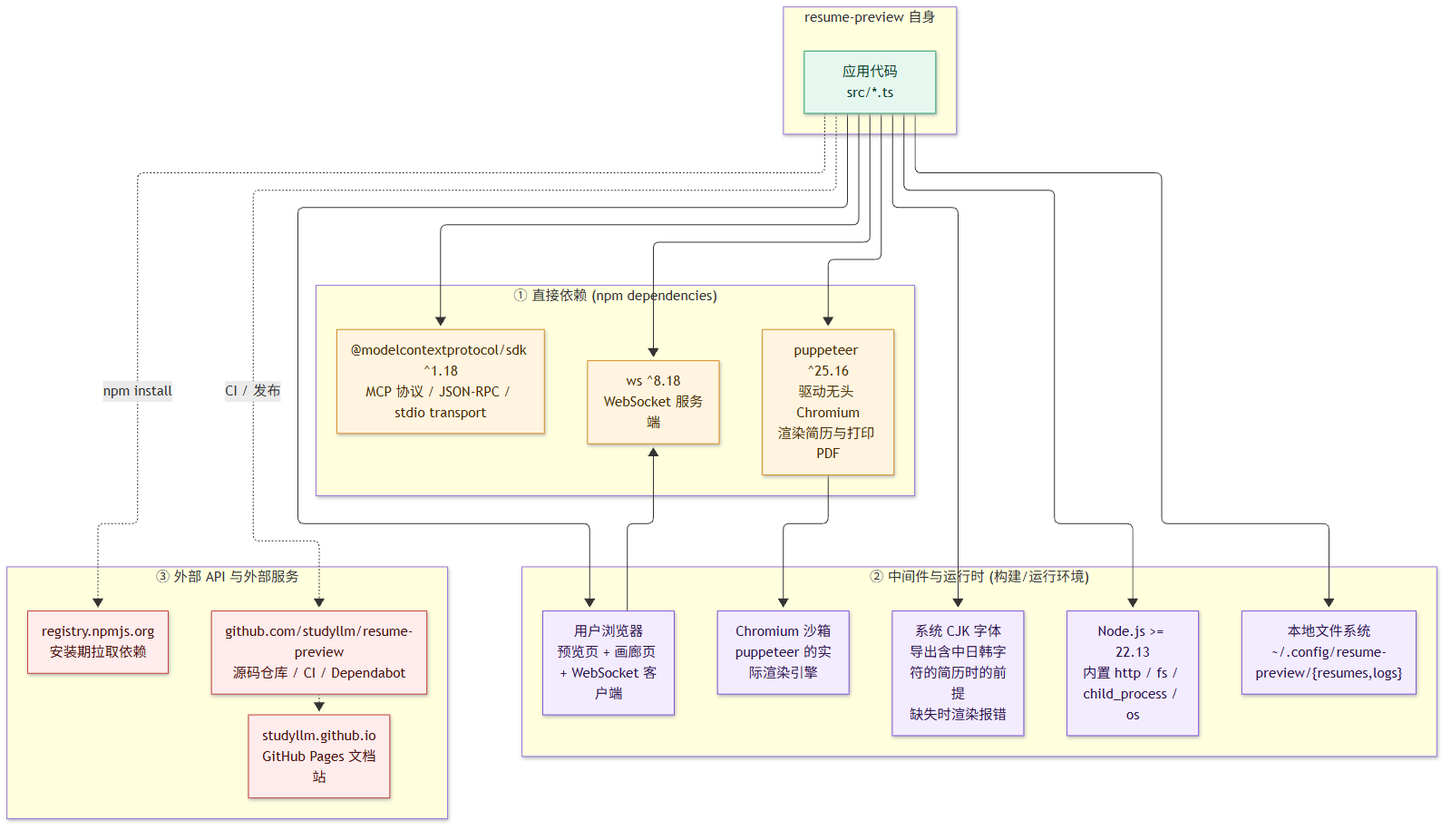
The Mermaid diagram assets/external-deps.png in studyllm/resume-preview, before a commit. Its source is kept beside it as docs/diagrams/external-deps.mmd.
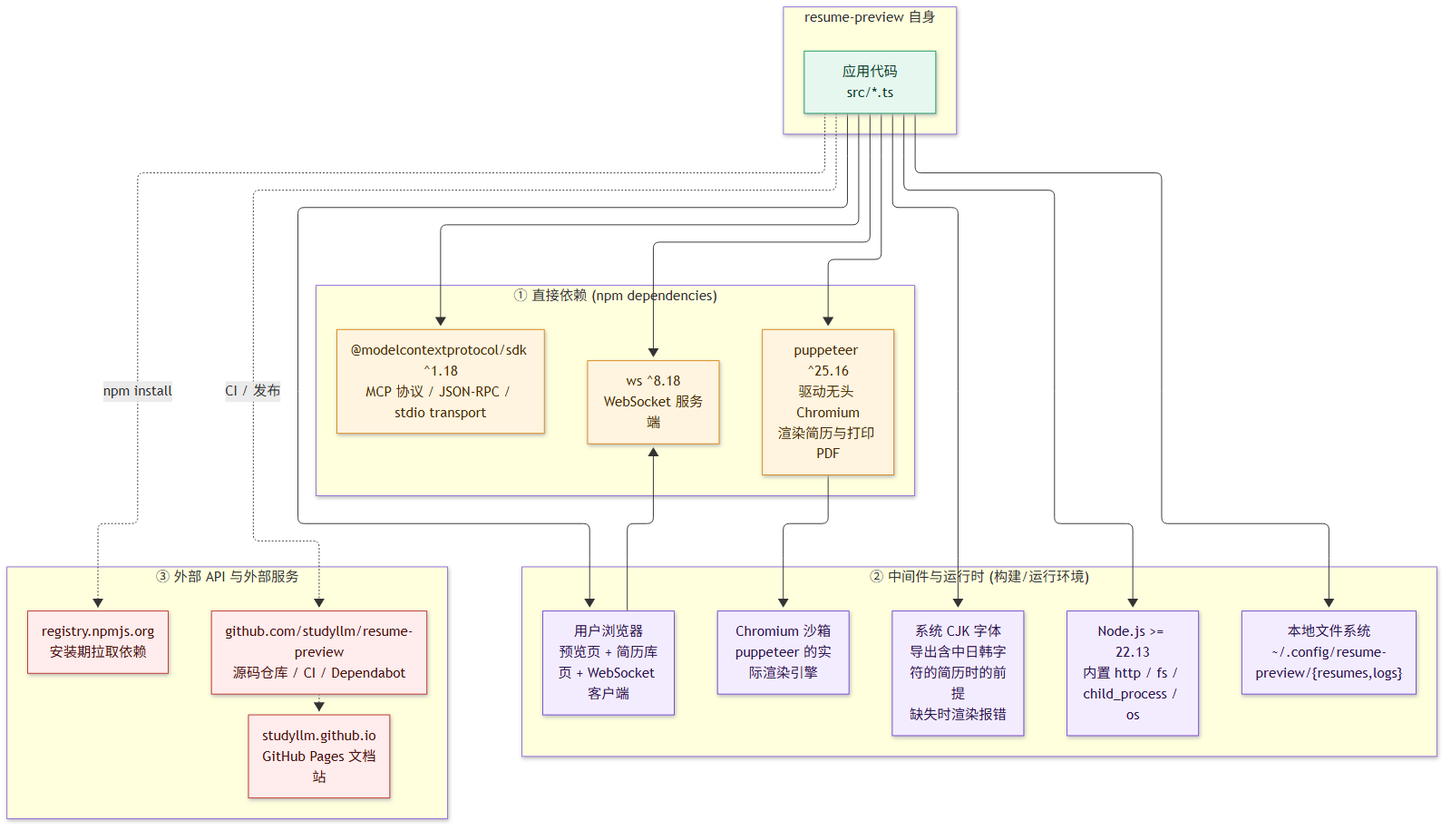
The same file after the commit.

The edit, as a diff of the source:
```diff
@@ -16,7 +16,7 @@
     NODE["Node.js >= 22.13<br/>内置 http / fs / child_process / os"]
     CHROME["Chromium 沙箱<br/>puppeteer 的实际渲染引擎"]
     FS["本地文件系统<br/>~/.config/resume-preview/{resumes,logs}"]
-    BROWSER["用户浏览器<br/>预览页 + 画廊页 + WebSocket 客户端"]
+    BROWSER["用户浏览器<br/>预览页 + 简历库页 + WebSocket 客户端"]
     CJK["系统 CJK 字体<br/>导出含中日韩字符的简历时的前提<br/>缺失时渲染报错"]
   end
 
```
